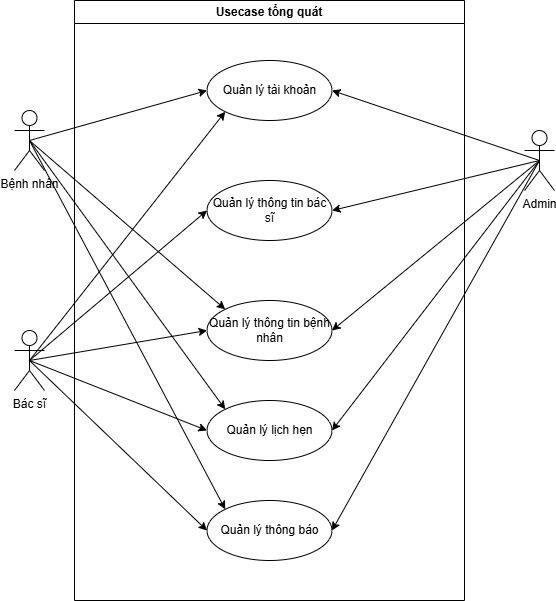
The draw.io diagram details/2_product_analysis_and_design/1_usecase/1_bv_usecase_tongquat.drawio.png in Minh-Quan-dz123/He_thong_quan_ly_benh_vien, before a commit. Source tidied: cells renumbered, new cells last; positions are measured from the earlier drawing's top-left corner, leaving out a move shared by most shapes.
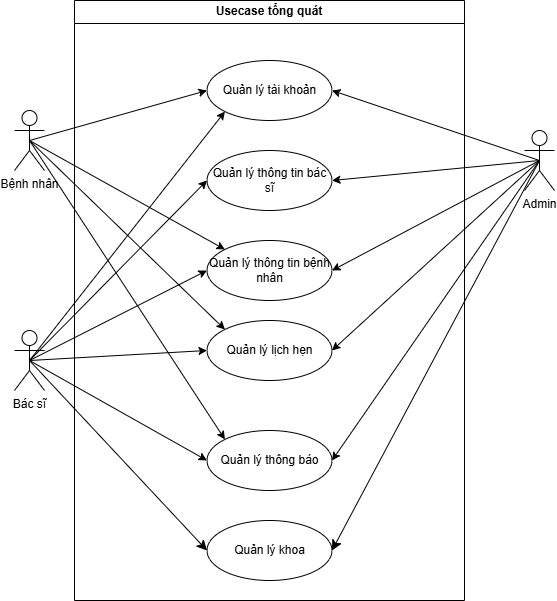
Above is the later version.

Commit message:
Hoàn thành activity diagram

Change to the diagram source:
```diff
@@ -9,17 +9,20 @@
       <mxGeometry x="132.5" y="60" width="125" height="60" as="geometry" />
     </mxCell>
     <mxCell id="4" value="Quản lý thông tin bệnh nhân" style="ellipse;whiteSpace=wrap;html=1;" parent="2" vertex="1">
-      <mxGeometry x="132.5" y="300" width="125" height="60" as="geometry" />
+      <mxGeometry x="132.5" y="240" width="125" height="60" as="geometry" />
     </mxCell>
     <mxCell id="5" value="Quản lý thông tin bác sĩ" style="ellipse;whiteSpace=wrap;html=1;" parent="2" vertex="1">
-      <mxGeometry x="132.5" y="180" width="125" height="60" as="geometry" />
+      <mxGeometry x="132.5" y="150" width="125" height="60" as="geometry" />
     </mxCell>
     <mxCell id="6" value="Quản lý lịch hẹn" style="ellipse;whiteSpace=wrap;html=1;" parent="2" vertex="1">
-      <mxGeometry x="132.5" y="400" width="125" height="60" as="geometry" />
+      <mxGeometry x="132.5" y="320" width="125" height="60" as="geometry" />
     </mxCell>
     <mxCell id="7" value="Quản lý thông báo" style="ellipse;whiteSpace=wrap;html=1;" parent="2" vertex="1">
-      <mxGeometry x="132.5" y="500" width="125" height="60" as="geometry" />
+      <mxGeometry x="132.5" y="430" width="125" height="60" as="geometry" />
     </mxCell>
+    <mxCell id="25" value="Quản lý khoa" style="ellipse;whiteSpace=wrap;html=1;" parent="2" vertex="1">
+      <mxGeometry x="132.5" y="520" width="125" height="60" as="geometry" />
+    </mxCell>
     <mxCell id="8" value="Admin" style="shape=umlActor;verticalLabelPosition=bottom;verticalAlign=top;html=1;outlineConnect=0;" parent="1" vertex="1">
       <mxGeometry x="510" y="130" width="30" height="60" as="geometry" />
     </mxCell>
@@ -71,5 +74,11 @@
     <mxCell id="24" style="endArrow=classic;html=1;rounded=0;exitX=0.5;exitY=0.5;exitDx=0;exitDy=0;exitPerimeter=0;entryX=0;entryY=0.5;entryDx=0;entryDy=0;" parent="1" edge="1" source="9" target="7">
       <mxGeometry relative="1" as="geometry" />
     </mxCell>
+    <mxCell id="26" style="endArrow=classic;html=1;rounded=0;fontSize=12;startSize=8;endSize=8;curved=1;exitX=0.5;exitY=0.5;exitDx=0;exitDy=0;exitPerimeter=0;entryX=1;entryY=0.5;entryDx=0;entryDy=0;" parent="1" edge="1" source="8" target="25">
+      <mxGeometry relative="1" as="geometry" />
+    </mxCell>
+    <mxCell id="27" style="endArrow=classic;html=1;rounded=0;fontSize=12;startSize=8;endSize=8;curved=1;exitX=0.5;exitY=0.5;exitDx=0;exitDy=0;exitPerimeter=0;entryX=0;entryY=0.5;entryDx=0;entryDy=0;" parent="1" edge="1" source="9" target="25">
+      <mxGeometry relative="1" as="geometry" />
+    </mxCell>
   </root>
 </mxGraphModel>
```
